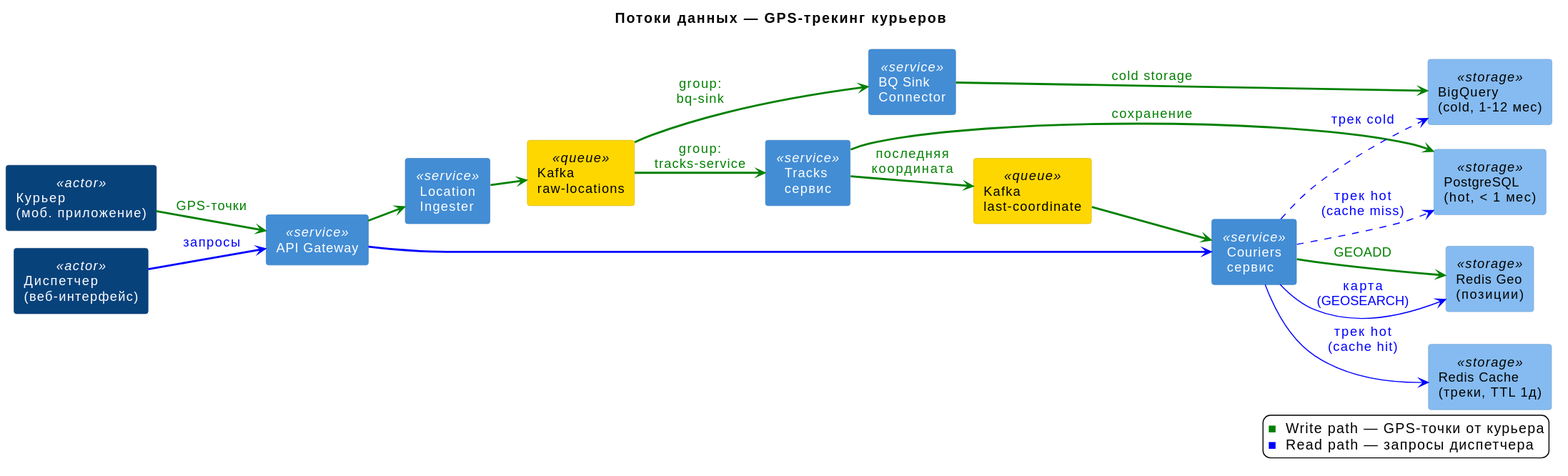
The PlantUML diagram diagrams/Data_Flow.svg in ua6xh/gps-tracking-system-design, before a commit.
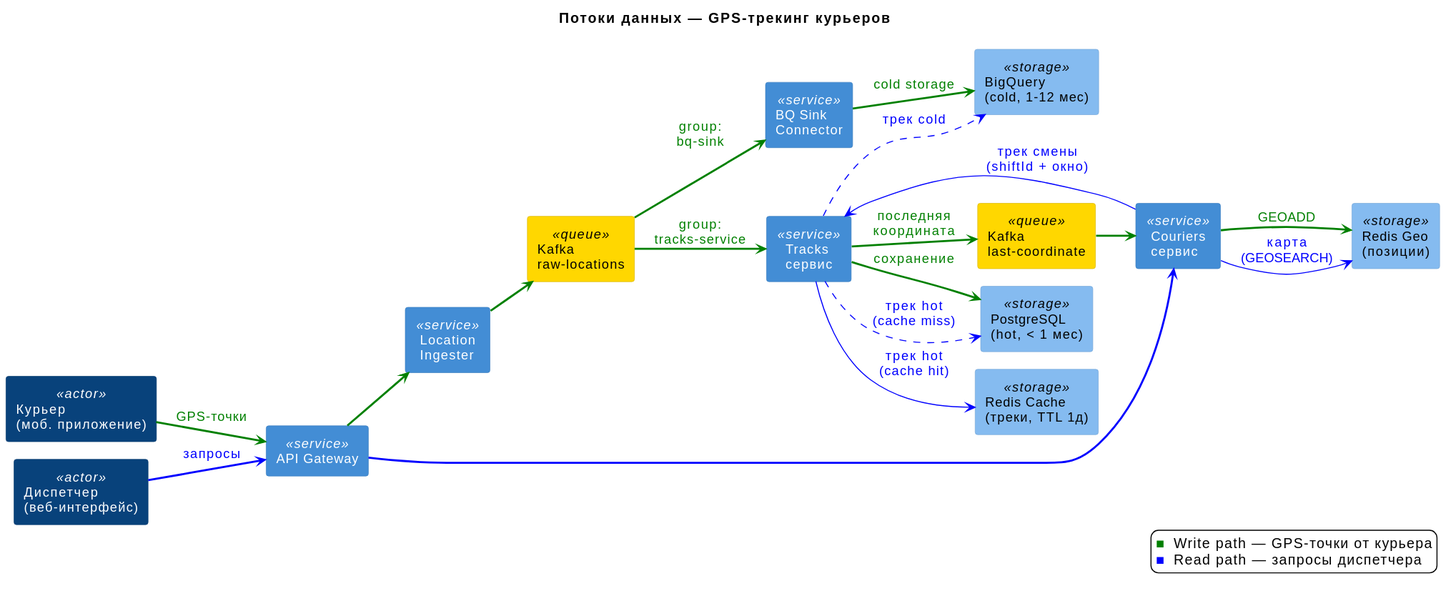
Above is the later version.

Commit message:
Make Tracks service sole owner of locations tiers; Couriers reads tracks via API instead of shared DB

The edit, as a diff of the source:
```diff
@@ -58,9 +58,11 @@
 apigw -[#blue,bold]-> couriers
 
 couriers -[#blue]-> redis_geo : <color:blue>карта\n<color:blue>(GEOSEARCH)
-couriers -[#blue]-> redis_cache : <color:blue>трек hot\n<color:blue>(cache hit)
-couriers -[#blue,dashed]-> pg : <color:blue>трек hot\n<color:blue>(cache miss)
-couriers -[#blue,dashed]-> bq : <color:blue>трек cold
+couriers -[#blue]-> tracks : <color:blue>трек смены\n<color:blue>(shiftId + окно)
+
+tracks -[#blue]-> redis_cache : <color:blue>трек hot\n<color:blue>(cache hit)
+tracks -[#blue,dashed]-> pg : <color:blue>трек hot\n<color:blue>(cache miss)
+tracks -[#blue,dashed]-> bq : <color:blue>трек cold
 
 legend right
   <color:green>■</color> Write path — GPS-точки от курьера
```
